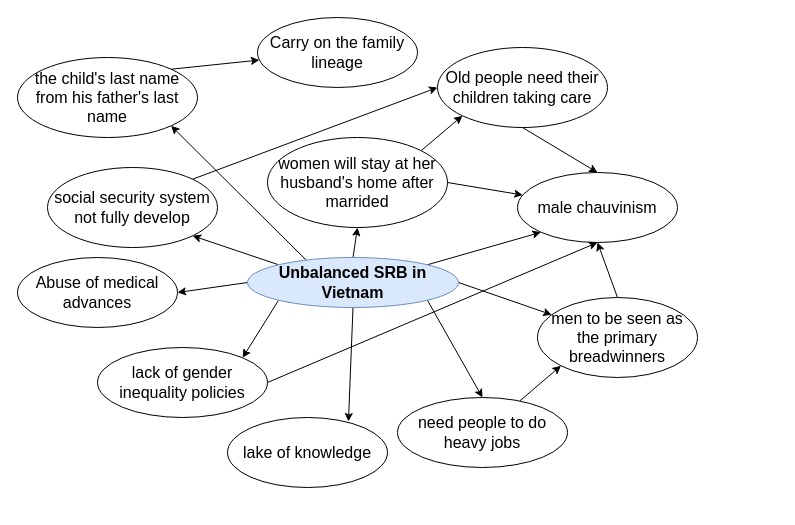
Earlier version of the draw.io diagram page "G214E2" (7 of 7) of Save1.drawio (behitek/draw.io). Source tidied: cells renumbered, new cells numbered last; positions are measured from the earlier drawing's top-left corner, leaving out a move shared by most shapes. Both pictures are drawn from the tidied source at 100%, with x=0, y=0 at pixel (17, 17).
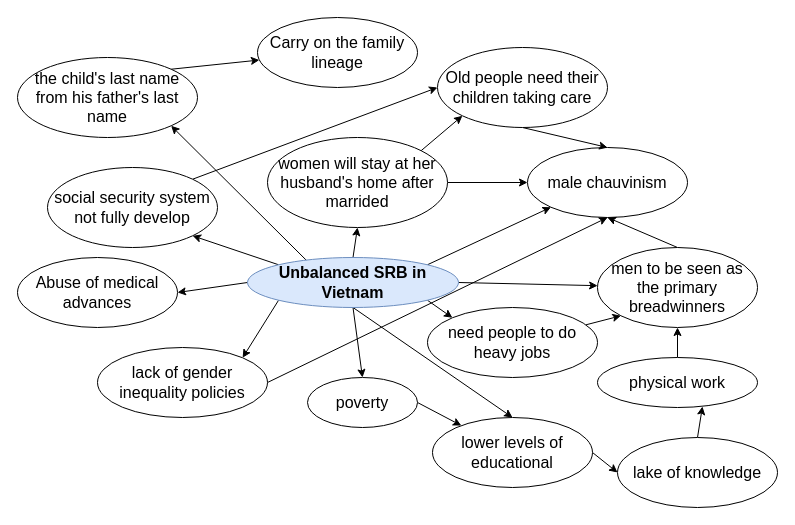
After the change.

The change refers to these unchanged cells:
```xml
<mxCell id="11" value="Unbalanced SRB in Vietnam" style="ellipse;whiteSpace=wrap;html=1;fillColor=#dae8fc;strokeColor=#6c8ebf;fontStyle=1;fontSize=16;strokeWidth=1;" parent="1" vertex="1">
  <mxGeometry x="230" y="240" width="211" height="50" as="geometry" />
</mxCell>
```

The edit, as a diff of the source:
```diff
@@
-    <mxCell id="3" style="edgeStyle=none;rounded=0;jettySize=auto;html=1;exitX=1;exitY=1;exitDx=0;exitDy=0;entryX=0.5;entryY=0;entryDx=0;entryDy=0;fontSize=16;strokeWidth=1;" parent="1" edge="1" source="11" target="20">
+    <mxCell id="3" style="edgeStyle=none;rounded=0;jettySize=auto;html=1;exitX=1;exitY=1;exitDx=0;exitDy=0;entryX=0;entryY=0;entryDx=0;entryDy=0;fontSize=16;strokeWidth=1;" parent="1" edge="1" source="11" target="20">
       <mxGeometry relative="1" as="geometry" />
     </mxCell>
@@
-    <mxCell id="8" style="edgeStyle=none;rounded=0;jettySize=auto;html=1;exitX=0.5;exitY=1;exitDx=0;exitDy=0;fontSize=16;strokeWidth=1;entryX=0.756;entryY=0.057;entryDx=0;entryDy=0;entryPerimeter=0;" parent="1" edge="1" source="11" target="27">
-      <mxGeometry relative="1" as="geometry" />
-    </mxCell>
@@
+    <mxCell id="31" style="edgeStyle=none;rounded=0;jettySize=auto;html=1;exitX=0.5;exitY=1;exitDx=0;exitDy=0;entryX=0.5;entryY=0;entryDx=0;entryDy=0;fontSize=16;strokeWidth=1;" parent="1" edge="1" source="11" target="35">
+      <mxGeometry relative="1" as="geometry" />
+    </mxCell>
+    <mxCell id="32" style="edgeStyle=none;rounded=0;jettySize=auto;html=1;exitX=0.5;exitY=1;exitDx=0;exitDy=0;entryX=0.5;entryY=0;entryDx=0;entryDy=0;fontSize=16;strokeWidth=1;" parent="1" edge="1" source="11" target="37">
+      <mxGeometry relative="1" as="geometry" />
+    </mxCell>
@@
     <mxCell id="17" value="male chauvinism" style="ellipse;whiteSpace=wrap;html=1;fontSize=16;strokeWidth=1;" parent="1" vertex="1">
-      <mxGeometry x="500" y="155" width="160" height="70" as="geometry" />
+      <mxGeometry x="510" y="130" width="160" height="70" as="geometry" />
     </mxCell>
@@
     <mxCell id="20" value="need people to do heavy jobs" style="ellipse;whiteSpace=wrap;html=1;fontSize=16;strokeWidth=1;" parent="1" vertex="1">
-      <mxGeometry x="380" y="380" width="170" height="70" as="geometry" />
+      <mxGeometry x="410" y="290" width="170" height="70" as="geometry" />
     </mxCell>
@@
     <mxCell id="22" value="men to be seen as the primary breadwinners" style="ellipse;whiteSpace=wrap;html=1;fontSize=16;strokeWidth=1;" parent="1" vertex="1">
-      <mxGeometry x="520" y="280" width="160" height="80" as="geometry" />
+      <mxGeometry x="580" y="230" width="160" height="80" as="geometry" />
     </mxCell>
@@
+    <mxCell id="33" style="edgeStyle=none;rounded=0;jettySize=auto;html=1;exitX=0.5;exitY=0;exitDx=0;exitDy=0;entryX=0.656;entryY=0.98;entryDx=0;entryDy=0;entryPerimeter=0;fontSize=16;strokeWidth=1;" parent="1" edge="1" source="27" target="39">
+      <mxGeometry relative="1" as="geometry" />
+    </mxCell>
     <mxCell id="27" value="lake of knowledge" style="ellipse;whiteSpace=wrap;html=1;fontSize=16;strokeWidth=1;" parent="1" vertex="1">
-      <mxGeometry x="210" y="400" width="160" height="70" as="geometry" />
+      <mxGeometry x="600" y="420" width="160" height="70" as="geometry" />
     </mxCell>
@@
+    <mxCell id="34" style="edgeStyle=none;rounded=0;jettySize=auto;html=1;exitX=1;exitY=0.5;exitDx=0;exitDy=0;entryX=0;entryY=0.5;entryDx=0;entryDy=0;fontSize=16;strokeWidth=1;" parent="1" edge="1" source="35" target="27">
+      <mxGeometry relative="1" as="geometry" />
+    </mxCell>
+    <mxCell id="35" value="lower levels of educational" style="ellipse;whiteSpace=wrap;html=1;fontSize=16;strokeWidth=1;" parent="1" vertex="1">
+      <mxGeometry x="415" y="400" width="160" height="70" as="geometry" />
+    </mxCell>
+    <mxCell id="36" style="edgeStyle=none;rounded=0;jettySize=auto;html=1;exitX=1;exitY=0.5;exitDx=0;exitDy=0;fontSize=16;strokeWidth=1;" parent="1" edge="1" source="37" target="35">
+      <mxGeometry relative="1" as="geometry" />
+    </mxCell>
+    <mxCell id="37" value="poverty" style="ellipse;whiteSpace=wrap;html=1;fontSize=16;strokeWidth=1;" parent="1" vertex="1">
+      <mxGeometry x="290" y="360" width="110" height="50" as="geometry" />
+    </mxCell>
+    <mxCell id="38" style="edgeStyle=none;rounded=0;jettySize=auto;html=1;exitX=0.5;exitY=0;exitDx=0;exitDy=0;entryX=0.5;entryY=1;entryDx=0;entryDy=0;fontSize=16;strokeWidth=1;" parent="1" edge="1" source="39" target="22">
+      <mxGeometry relative="1" as="geometry" />
+    </mxCell>
+    <mxCell id="39" value="physical work" style="ellipse;whiteSpace=wrap;html=1;fontSize=16;strokeWidth=1;" parent="1" vertex="1">
+      <mxGeometry x="580" y="340" width="160" height="50" as="geometry" />
+    </mxCell>
```
